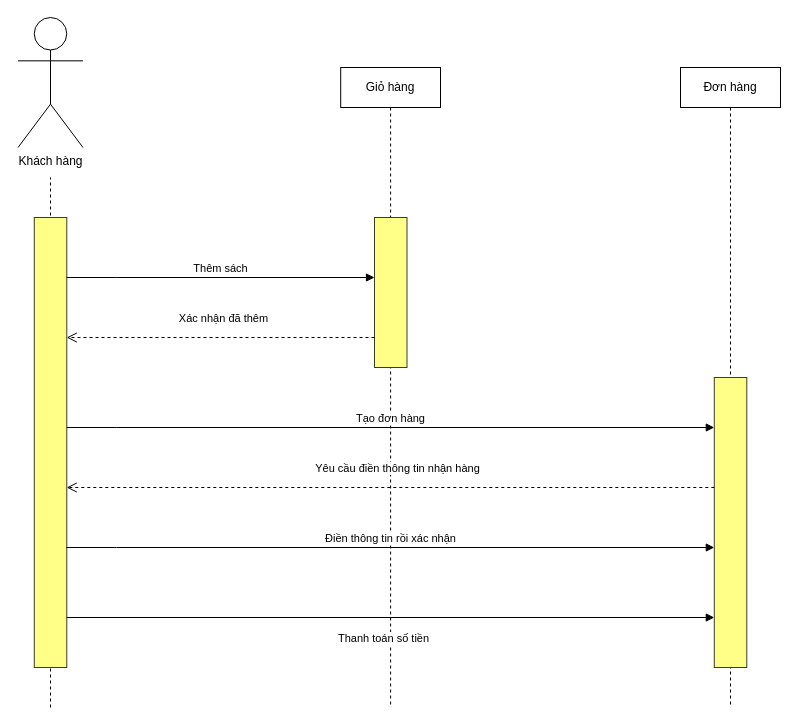
Earlier version of the draw.io diagram Sequence Diagram/Tuong tac muc nghiep vu/UC05_DatMuaSach.drawio (NgocDang298/IT3120). Source tidied: cells renumbered, new cells numbered last; positions are measured from the earlier drawing's top-left corner, leaving out a move shared by most shapes. Both pictures are drawn from the tidied source at 100%, with x=0, y=0 at pixel (18, 17).
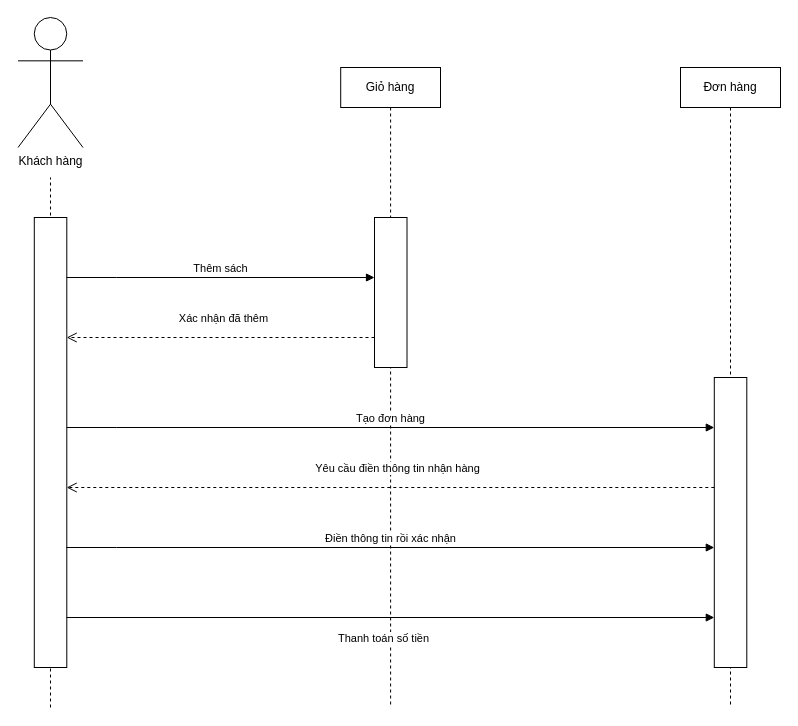
After the change.

Change to the diagram source:
```diff
@@
-    <mxCell id="4" style="html=1;points=[[0,0,0,0,5],[0,1,0,0,-5],[1,0,0,0,5],[1,1,0,0,-5]];perimeter=orthogonalPerimeter;outlineConnect=0;targetShapes=umlLifeline;portConstraint=eastwest;newEdgeStyle={&quot;curved&quot;:0,&quot;rounded&quot;:0};fillColor=#ffff88;strokeColor=#36393d;" parent="1" vertex="1">
+    <mxCell id="4" style="html=1;points=[[0,0,0,0,5],[0,1,0,0,-5],[1,0,0,0,5],[1,1,0,0,-5]];perimeter=orthogonalPerimeter;outlineConnect=0;targetShapes=umlLifeline;portConstraint=eastwest;newEdgeStyle={&quot;curved&quot;:0,&quot;rounded&quot;:0};" parent="1" vertex="1">
       <mxGeometry x="15.8" y="200" width="32.5" height="450" as="geometry" />
     </mxCell>
-    <mxCell id="5" style="html=1;points=[[0,0,0,0,5],[0,1,0,0,-5],[1,0,0,0,5],[1,1,0,0,-5]];perimeter=orthogonalPerimeter;outlineConnect=0;targetShapes=umlLifeline;portConstraint=eastwest;newEdgeStyle={&quot;curved&quot;:0,&quot;rounded&quot;:0};fillColor=#ffff88;strokeColor=#36393d;" parent="1" vertex="1">
+    <mxCell id="5" style="html=1;points=[[0,0,0,0,5],[0,1,0,0,-5],[1,0,0,0,5],[1,1,0,0,-5]];perimeter=orthogonalPerimeter;outlineConnect=0;targetShapes=umlLifeline;portConstraint=eastwest;newEdgeStyle={&quot;curved&quot;:0,&quot;rounded&quot;:0};" parent="1" vertex="1">
       <mxGeometry x="356" y="200" width="32.5" height="150" as="geometry" />
     </mxCell>
@@
-    <mxCell id="9" style="html=1;points=[[0,0,0,0,5],[0,1,0,0,-5],[1,0,0,0,5],[1,1,0,0,-5]];perimeter=orthogonalPerimeter;outlineConnect=0;targetShapes=umlLifeline;portConstraint=eastwest;newEdgeStyle={&quot;curved&quot;:0,&quot;rounded&quot;:0};fillColor=#ffff88;strokeColor=#36393d;" parent="1" vertex="1">
+    <mxCell id="9" style="html=1;points=[[0,0,0,0,5],[0,1,0,0,-5],[1,0,0,0,5],[1,1,0,0,-5]];perimeter=orthogonalPerimeter;outlineConnect=0;targetShapes=umlLifeline;portConstraint=eastwest;newEdgeStyle={&quot;curved&quot;:0,&quot;rounded&quot;:0};" parent="1" vertex="1">
       <mxGeometry x="695.8" y="360" width="32.5" height="290" as="geometry" />
     </mxCell>
```
